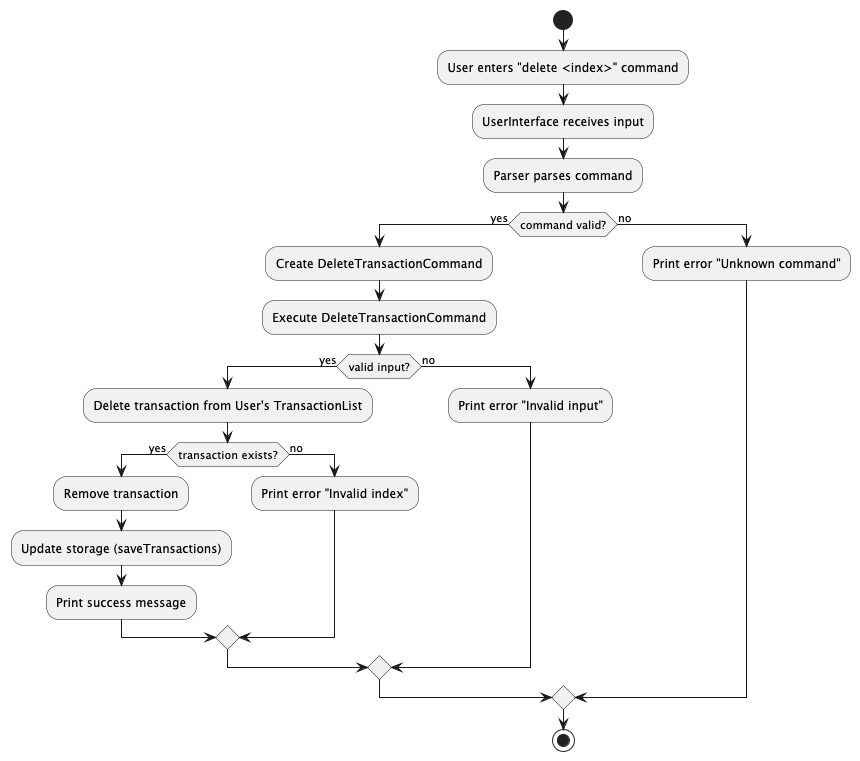
Earlier version of the PlantUML export docs/team/CommandFeature/deleteCommand/deleteCommandActivity.png (AY2526S1-CS2113-W10-2/tp). Its diagram source:
```plantuml
@startuml


start

:User enters "delete <index>" command;
:UserInterface receives input;

:Parser parses command;
if (command valid?) then (yes)
    :Create DeleteTransactionCommand;
    :Execute DeleteTransactionCommand;
    if (valid input?) then (yes)
        :Delete transaction from User's TransactionList;
        if (transaction exists?) then (yes)
            :Remove transaction;
            :Update storage (saveTransactions);
            :Print success message;
        else (no)
            :Print error "Invalid index";
        endif
    else (no)
        :Print error "Invalid input";
    endif
else (no)
    :Print error "Unknown command";
endif

stop

@enduml
```
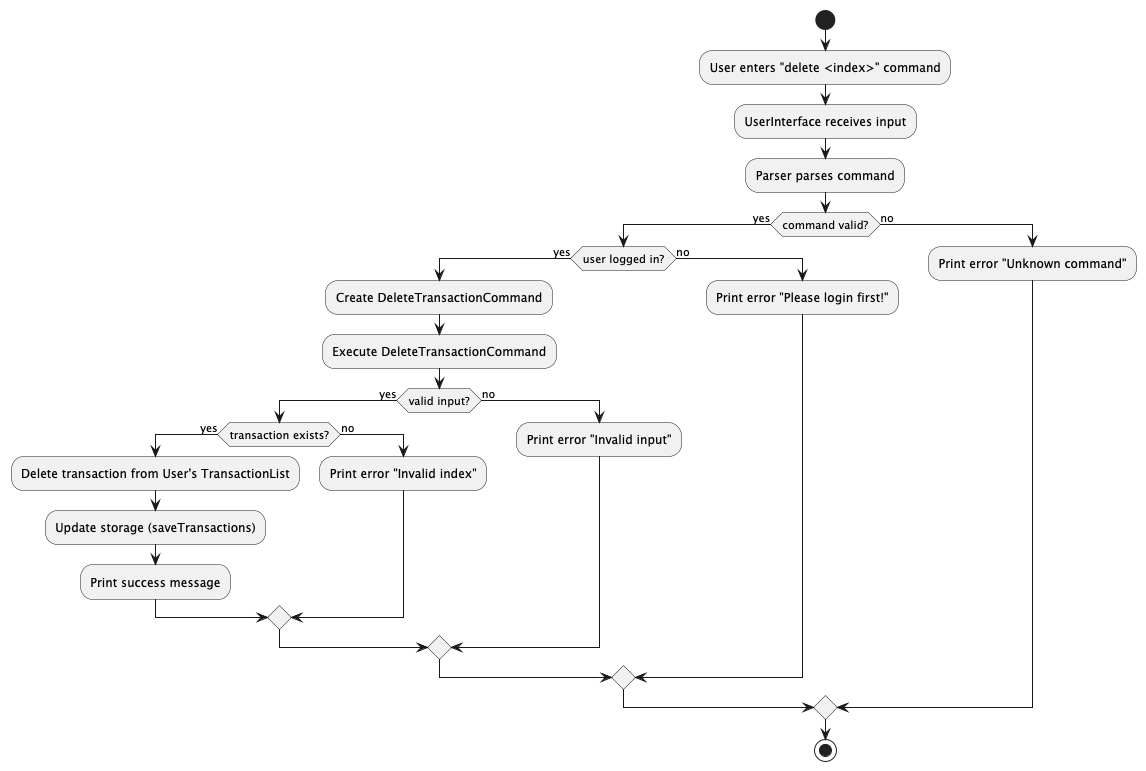
The same file after the commit.

Change to the diagram source:
```diff
@@ -8,20 +8,25 @@
 
 :Parser parses command;
 if (command valid?) then (yes)
+
+    if (user logged in?) then (yes)
     :Create DeleteTransactionCommand;
     :Execute DeleteTransactionCommand;
-    if (valid input?) then (yes)
-        :Delete transaction from User's TransactionList;
-        if (transaction exists?) then (yes)
-            :Remove transaction;
-            :Update storage (saveTransactions);
-            :Print success message;
+        if (valid input?) then (yes)
+            if (transaction exists?) then (yes)
+                :Delete transaction from User's TransactionList;
+                :Update storage (saveTransactions);
+                :Print success message;
+            else (no)
+                :Print error "Invalid index";
+            endif
         else (no)
-            :Print error "Invalid index";
+            :Print error "Invalid input";
         endif
     else (no)
-        :Print error "Invalid input";
+        :Print error "Please login first!";
     endif
+
 else (no)
     :Print error "Unknown command";
 endif
```
